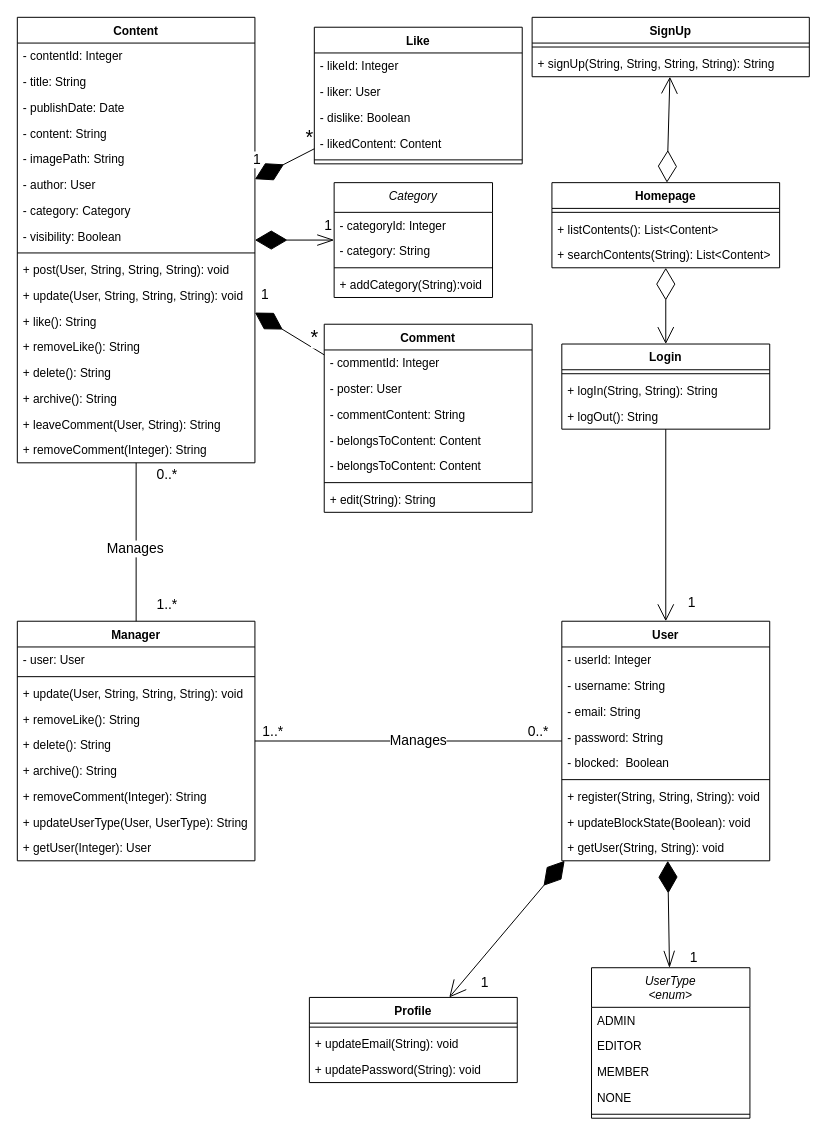
Before: Software Requirements Specification/Object_Class_Diagram.drawio in gitsametcan/Blogosphere, a draw.io diagram. Source tidied: cells renumbered, new cells numbered last; positions are measured from the earlier drawing's top-left corner, leaving out a move shared by most shapes. Both pictures are drawn from the tidied source at 99%, with x=0, y=0 at pixel (17, 17).
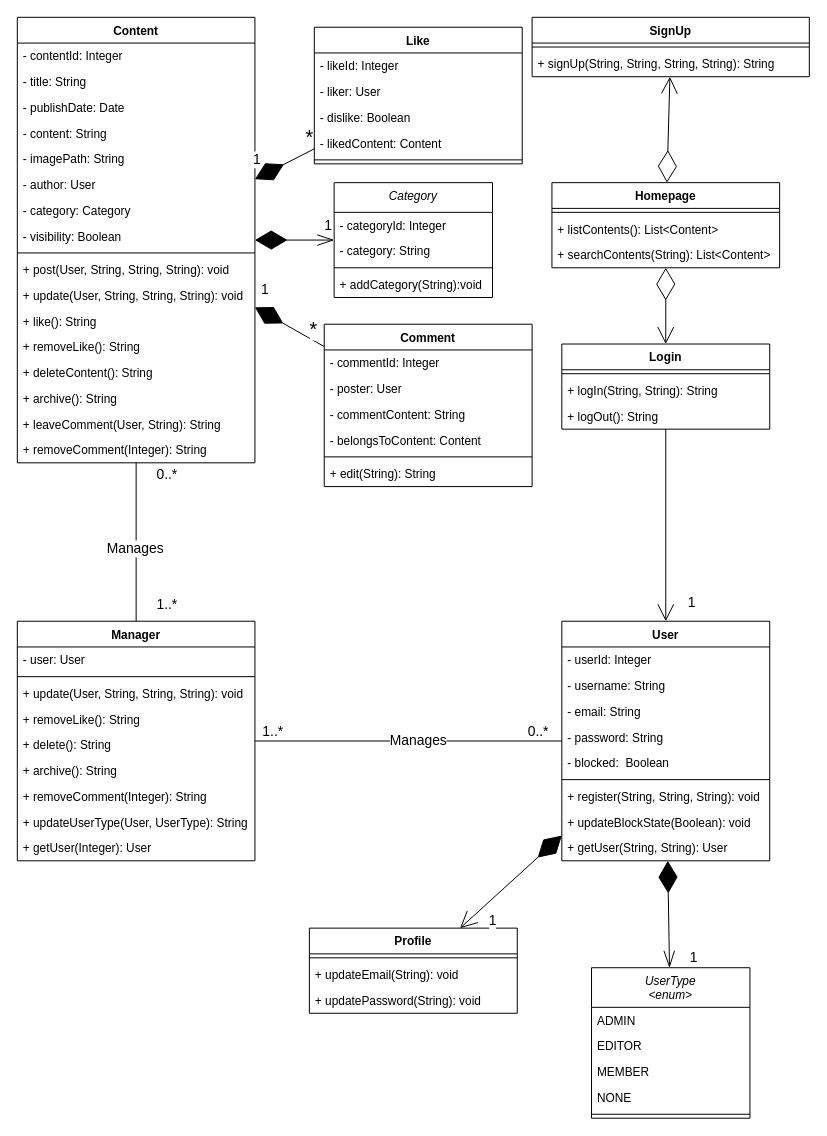
The same page after the edit.

Unchanged cells that the change refers to:
```xml
<mxCell id="2" value="User" style="swimlane;fontStyle=1;align=center;verticalAlign=top;horizontal=1;startSize=26;" parent="1" vertex="1">
  <mxGeometry x="550" y="610" width="210" height="242" as="geometry" />
</mxCell>
<mxCell id="29" value="Content" style="swimlane;fontStyle=1;align=center;verticalAlign=top;horizontal=1;startSize=26;" parent="1" vertex="1">
  <mxGeometry width="240" height="450" as="geometry" />
</mxCell>
```

What changed in the source:
```diff
@@
-    <mxCell id="11" value="+ getUser(String, String): void" style="text;strokeColor=none;fillColor=none;align=left;verticalAlign=top;spacingLeft=4;spacingRight=4;overflow=hidden;" parent="2" vertex="1">
+    <mxCell id="11" value="+ getUser(String, String): User" style="text;strokeColor=none;fillColor=none;align=left;verticalAlign=top;spacingLeft=4;spacingRight=4;overflow=hidden;" parent="2" vertex="1">
       <mxGeometry y="216" width="210" height="26" as="geometry" />
     </mxCell>
@@
-    <mxCell id="43" value="+ delete(): String" style="text;strokeColor=none;fillColor=none;align=left;verticalAlign=top;spacingLeft=4;spacingRight=4;overflow=hidden;" parent="29" vertex="1">
+    <mxCell id="43" value="+ deleteContent(): String" style="text;strokeColor=none;fillColor=none;align=left;verticalAlign=top;spacingLeft=4;spacingRight=4;overflow=hidden;" parent="29" vertex="1">
       <mxGeometry y="346" width="240" height="26" as="geometry" />
     </mxCell>
@@
     <mxCell id="53" value="Comment" style="swimlane;fontStyle=1;align=center;verticalAlign=top;horizontal=1;startSize=26;" parent="1" vertex="1">
-      <mxGeometry x="310" y="310" width="210" height="190" as="geometry" />
+      <mxGeometry x="310" y="310" width="210" height="164" as="geometry" />
     </mxCell>
@@
-    <mxCell id="58" value="- belongsToContent: Content" style="text;strokeColor=none;fillColor=none;align=left;verticalAlign=top;spacingLeft=4;spacingRight=4;overflow=hidden;" parent="53" vertex="1">
-      <mxGeometry y="130" width="210" height="26" as="geometry" />
-    </mxCell>
     <mxCell id="59" style="line;strokeWidth=1;fillColor=none;align=left;verticalAlign=middle;spacingTop=-1;spacingLeft=3;spacingRight=3;labelPosition=right;strokeColor=inherit;" parent="53" vertex="1">
-      <mxGeometry y="156" width="210" height="8" as="geometry" />
+      <mxGeometry y="130" width="210" height="8" as="geometry" />
     </mxCell>
     <mxCell id="60" value="+ edit(String): String" style="text;strokeColor=none;fillColor=none;align=left;verticalAlign=top;spacingLeft=4;spacingRight=4;overflow=hidden;" parent="53" vertex="1">
-      <mxGeometry y="164" width="210" height="26" as="geometry" />
+      <mxGeometry y="138" width="210" height="26" as="geometry" />
     </mxCell>
     <mxCell id="61" value="Profile" style="swimlane;fontStyle=1;align=center;verticalAlign=top;horizontal=1;startSize=26;" parent="1" vertex="1">
-      <mxGeometry x="295" y="990" width="210" height="86" as="geometry" />
+      <mxGeometry x="295" y="920" width="210" height="86" as="geometry" />
     </mxCell>
```
